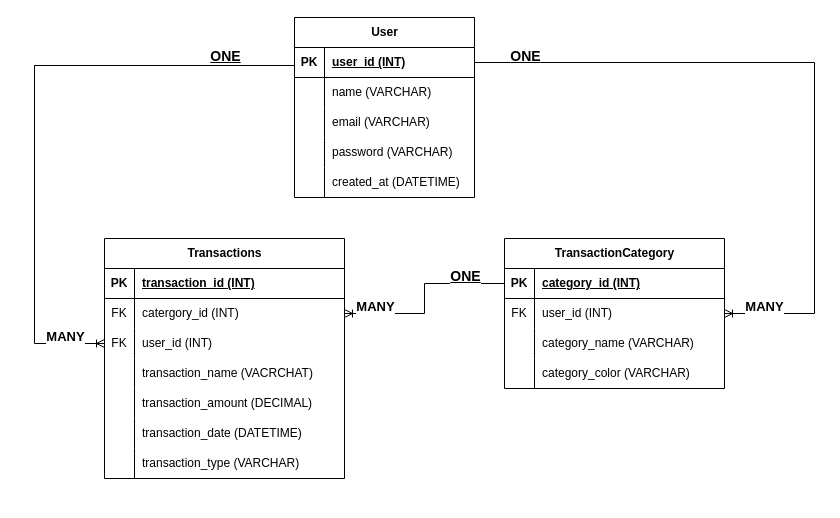
Above: expense-tracker-springboot-server/src/main/resources/static/ModelsSchema.drawio in AbdullahAbdelaziz122/Expense-Tracker-FullStack-JavaFX-SpringBoot-SQL (draw.io), before the change. Source tidied: cells renumbered, new cells numbered last; positions are measured from the earlier drawing's top-left corner, leaving out a move shared by most shapes. Both pictures are drawn from the tidied source at 100%, with x=0, y=0 at pixel (34, 17).
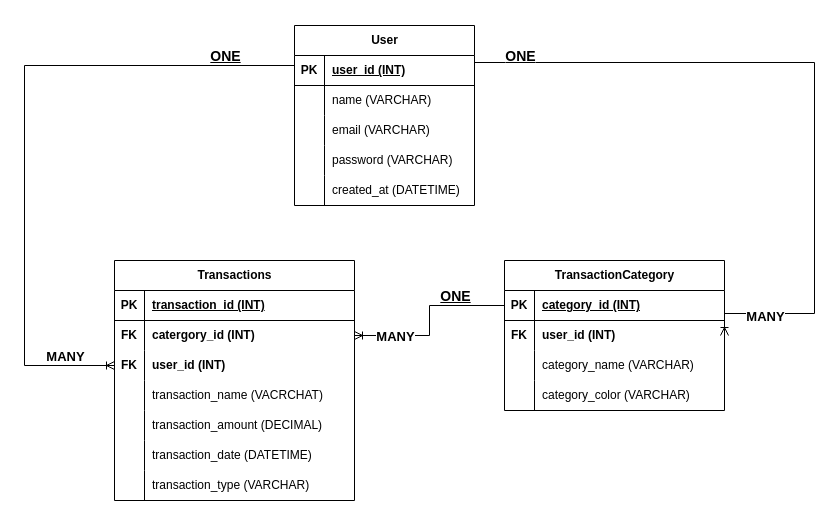
The same diagram, later.

The change refers to these unchanged cells:
```xml
<mxCell id="3" style="shape=tableRow;horizontal=0;startSize=0;swimlaneHead=0;swimlaneBody=0;fillColor=none;points=[[0,0.5],[1,0.5]];portConstraint=eastwest;top=0;left=0;right=0;bottom=1;" parent="2" vertex="1">
  <mxGeometry y="30" width="180" height="30" as="geometry" />
</mxCell>
<mxCell id="22" style="shape=tableRow;horizontal=0;startSize=0;swimlaneHead=0;swimlaneBody=0;fillColor=none;points=[[0,0.5],[1,0.5]];portConstraint=eastwest;top=0;left=0;right=0;bottom=0;" parent="18" vertex="1">
  <mxGeometry y="60" width="220" height="30" as="geometry" />
</mxCell>
<mxCell id="35" style="shape=tableRow;horizontal=0;startSize=0;swimlaneHead=0;swimlaneBody=0;fillColor=none;points=[[0,0.5],[1,0.5]];portConstraint=eastwest;top=0;left=0;right=0;bottom=0;" parent="31" vertex="1">
  <mxGeometry y="60" width="240" height="30" as="geometry" />
</mxCell>
<mxCell id="38" style="shape=tableRow;horizontal=0;startSize=0;swimlaneHead=0;swimlaneBody=0;fillColor=none;points=[[0,0.5],[1,0.5]];portConstraint=eastwest;top=0;left=0;right=0;bottom=0;" parent="31" vertex="1">
  <mxGeometry y="90" width="240" height="30" as="geometry" />
</mxCell>
<mxCell id="54" style="edgeStyle=orthogonalEdgeStyle;rounded=0;jettySize=auto;html=1;exitX=1;exitY=0.5;exitDx=0;exitDy=0;entryX=1;entryY=0.5;entryDx=0;entryDy=0;endArrow=ERoneToMany;endFill=0;" parent="1" edge="1" source="3" target="22">
  <mxGeometry relative="1" as="geometry">
    <Array as="points">
      <mxPoint x="780" y="45" />
      <mxPoint x="780" y="296" />
    </Array>
  </mxGeometry>
</mxCell>
```

What changed in the source:
```diff
@@
     <mxCell id="2" value="User" style="shape=table;startSize=30;childLayout=tableLayout;rowLines=0;fontStyle=1;align=center;html=1;" parent="1" vertex="1">
-      <mxGeometry x="260" width="180" height="180" as="geometry" />
+      <mxGeometry x="260" y="8" width="180" height="180" as="geometry" />
     </mxCell>
@@
     <mxCell id="18" value="TransactionCategory" style="shape=table;startSize=30;childLayout=tableLayout;rowLines=0;fontStyle=1;align=center;html=1;" parent="1" vertex="1">
-      <mxGeometry x="470" y="221" width="220" height="150" as="geometry" />
+      <mxGeometry x="470" y="243" width="220" height="150" as="geometry" />
     </mxCell>
@@
-    <mxCell id="23" value="FK" style="shape=partialRectangle;fillColor=none;top=0;left=0;bottom=0;right=0;overflow=hidden;whiteSpace=wrap;html=1;" parent="22" vertex="1">
+    <mxCell id="23" value="&lt;b&gt;FK&lt;/b&gt;" style="shape=partialRectangle;fillColor=none;top=0;left=0;bottom=0;right=0;overflow=hidden;whiteSpace=wrap;html=1;" parent="22" vertex="1">
       <mxGeometry width="30" height="30" as="geometry" />
     </mxCell>
-    <mxCell id="24" value="user_id (INT)" style="shape=partialRectangle;fillColor=none;top=0;left=0;bottom=0;right=0;align=left;spacingLeft=6;overflow=hidden;whiteSpace=wrap;html=1;" parent="22" vertex="1">
+    <mxCell id="24" value="&lt;b&gt;user_id (INT)&lt;/b&gt;" style="shape=partialRectangle;fillColor=none;top=0;left=0;bottom=0;right=0;align=left;spacingLeft=6;overflow=hidden;whiteSpace=wrap;html=1;" parent="22" vertex="1">
       <mxGeometry x="30" width="190" height="30" as="geometry" />
     </mxCell>
@@
     <mxCell id="31" value="Transactions" style="shape=table;startSize=30;childLayout=tableLayout;rowLines=0;fontStyle=1;align=center;html=1;" parent="1" vertex="1">
-      <mxGeometry x="70" y="221" width="240" height="240" as="geometry" />
+      <mxGeometry x="80" y="243" width="240" height="240" as="geometry" />
     </mxCell>
@@
-    <mxCell id="36" value="FK" style="shape=partialRectangle;fillColor=none;top=0;left=0;bottom=0;right=0;overflow=hidden;whiteSpace=wrap;html=1;" parent="35" vertex="1">
+    <mxCell id="36" value="&lt;b&gt;FK&lt;/b&gt;" style="shape=partialRectangle;fillColor=none;top=0;left=0;bottom=0;right=0;overflow=hidden;whiteSpace=wrap;html=1;" parent="35" vertex="1">
       <mxGeometry width="30" height="30" as="geometry" />
     </mxCell>
-    <mxCell id="37" value="catergory_id (INT)" style="shape=partialRectangle;fillColor=none;top=0;left=0;bottom=0;right=0;align=left;spacingLeft=6;overflow=hidden;whiteSpace=wrap;html=1;" parent="35" vertex="1">
+    <mxCell id="37" value="&lt;b&gt;catergory_id (INT)&lt;/b&gt;" style="shape=partialRectangle;fillColor=none;top=0;left=0;bottom=0;right=0;align=left;spacingLeft=6;overflow=hidden;whiteSpace=wrap;html=1;" parent="35" vertex="1">
       <mxGeometry x="30" width="210" height="30" as="geometry" />
     </mxCell>
@@
-    <mxCell id="39" value="FK" style="shape=partialRectangle;fillColor=none;top=0;left=0;bottom=0;right=0;overflow=hidden;whiteSpace=wrap;html=1;" parent="38" vertex="1">
+    <mxCell id="39" value="&lt;b&gt;FK&lt;/b&gt;" style="shape=partialRectangle;fillColor=none;top=0;left=0;bottom=0;right=0;overflow=hidden;whiteSpace=wrap;html=1;" parent="38" vertex="1">
       <mxGeometry width="30" height="30" as="geometry" />
     </mxCell>
-    <mxCell id="40" value="user_id (INT)" style="shape=partialRectangle;fillColor=none;top=0;left=0;bottom=0;right=0;align=left;spacingLeft=6;overflow=hidden;whiteSpace=wrap;html=1;" parent="38" vertex="1">
+    <mxCell id="40" value="&lt;b style=&quot;&quot;&gt;user_id (INT)&lt;/b&gt;" style="shape=partialRectangle;fillColor=none;top=0;left=0;bottom=0;right=0;align=left;spacingLeft=6;overflow=hidden;whiteSpace=wrap;html=1;" parent="38" vertex="1">
       <mxGeometry x="30" width="210" height="30" as="geometry" />
     </mxCell>
@@
     <mxCell id="53" style="edgeStyle=orthogonalEdgeStyle;fontSize=12;html=1;endArrow=ERoneToMany;rounded=0;exitX=0;exitY=0.5;exitDx=0;exitDy=0;entryX=0;entryY=0.5;entryDx=0;entryDy=0;" parent="1" edge="1" source="3" target="38">
       <mxGeometry relative="1" as="geometry">
         <Array as="points">
           <mxPoint x="260" y="48" />
-          <mxPoint y="48" />
-          <mxPoint y="326" />
+          <mxPoint x="-10" y="48" />
+          <mxPoint x="-10" y="348" />
         </Array>
       </mxGeometry>
     </mxCell>
@@
     <mxCell id="56" value="&lt;b&gt;&lt;font style=&quot;font-size: 13px;&quot;&gt;MANY&lt;/font&gt;&lt;/b&gt;" style="edgeLabel;html=1;align=center;verticalAlign=middle;" parent="54" vertex="1">
       <mxGeometry x="0.84" y="3" relative="1" as="geometry">
-        <mxPoint x="-15" y="-11" as="offset" />
+        <mxPoint x="5" y="-1" as="offset" />
       </mxGeometry>
     </mxCell>
@@
     <mxCell id="58" value="&lt;b&gt;&lt;font style=&quot;font-size: 13px;&quot;&gt;MANY&lt;/font&gt;&lt;/b&gt;" style="edgeLabel;html=1;align=center;verticalAlign=middle;" parent="1" vertex="1">
-      <mxGeometry x="340" y="288" as="geometry" />
+      <mxGeometry x="360" y="318" as="geometry" />
     </mxCell>
     <mxCell id="59" value="&lt;b&gt;&lt;font style=&quot;font-size: 14px;&quot;&gt;&lt;u&gt;ONE&lt;/u&gt;&lt;/font&gt;&lt;/b&gt;" style="edgeLabel;html=1;align=center;verticalAlign=middle;" parent="1" vertex="1">
-      <mxGeometry x="430" y="258" as="geometry" />
+      <mxGeometry x="420" y="278" as="geometry" />
     </mxCell>
@@
     <mxCell id="61" value="&lt;b&gt;&lt;font style=&quot;font-size: 13px;&quot;&gt;MANY&lt;/font&gt;&lt;/b&gt;" style="edgeLabel;html=1;align=center;verticalAlign=middle;" parent="1" vertex="1">
-      <mxGeometry x="30" y="318" as="geometry" />
+      <mxGeometry x="30" y="338" as="geometry" />
     </mxCell>
```
